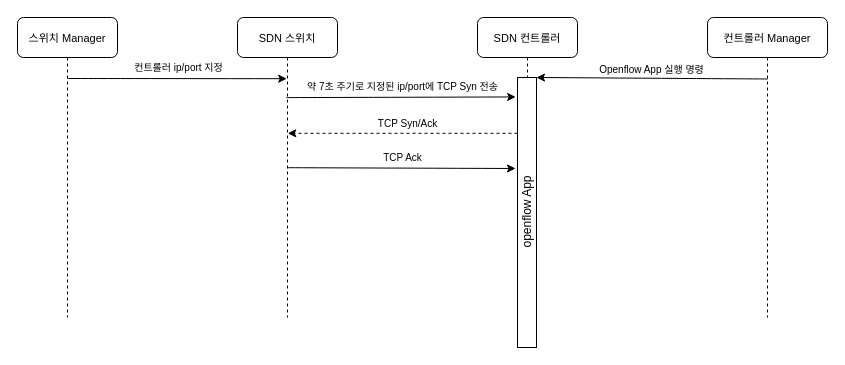
This is page "Page-1" (1 of 2) of ONOS OpenFlow initial.drawio from gameLoading/blank__-, a draw.io file, before an edit. Source tidied: cells renumbered, new cells numbered last; positions are measured from the earlier drawing's top-left corner, leaving out a move shared by most shapes. Both pictures are drawn from the tidied source at 100%, with x=0, y=0 at pixel (17, 17).
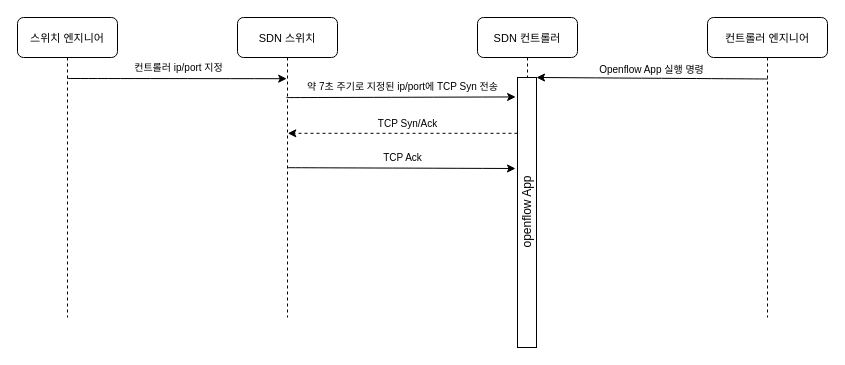
After the change.

What changed in the source:
```diff
@@
 <mxGraphModel>
   <root>
     <mxCell id="0" />
     <mxCell id="1" parent="0" />
-    <mxCell id="2" value="스위치 Manager" style="shape=umlLifeline;perimeter=lifelinePerimeter;shadow=0;strokeWidth=1;rounded=1;fontSize=11;" parent="1" vertex="1">
+    <mxCell id="2" value="스위치 엔지니어" style="shape=umlLifeline;perimeter=lifelinePerimeter;shadow=0;strokeWidth=1;rounded=1;fontSize=11;" parent="1" vertex="1">
       <mxGeometry width="100" height="300" as="geometry" />
     </mxCell>
     <mxCell id="3" value="SDN 스위치" style="shape=umlLifeline;perimeter=lifelinePerimeter;shadow=0;strokeWidth=1;rounded=1;fontSize=11;" parent="1" vertex="1">
       <mxGeometry x="220" width="100" height="300" as="geometry" />
     </mxCell>
     <mxCell id="4" value="SDN 컨트롤러" style="shape=umlLifeline;perimeter=lifelinePerimeter;shadow=0;strokeWidth=1;rounded=1;fontSize=11;" parent="1" vertex="1">
       <mxGeometry x="460" width="100" height="300" as="geometry" />
     </mxCell>
-    <mxCell id="5" value="컨트롤러 Manager" style="shape=umlLifeline;perimeter=lifelinePerimeter;shadow=0;strokeWidth=1;rounded=1;fontSize=11;" parent="1" vertex="1">
+    <mxCell id="5" value="컨트롤러 엔지니어" style="shape=umlLifeline;perimeter=lifelinePerimeter;shadow=0;strokeWidth=1;rounded=1;fontSize=11;" parent="1" vertex="1">
       <mxGeometry x="690" width="120" height="300" as="geometry" />
     </mxCell>
     <mxCell id="6" value="컨트롤러 ip/port 지정" style="endArrow=classic;html=1;entryX=0.482;entryY=0.234;entryDx=0;entryDy=0;entryPerimeter=0;shadow=0;curved=1;fontSize=10;" parent="1" edge="1">
       <mxGeometry x="0.01" y="11" relative="1" as="geometry">
         <mxPoint x="50" y="61" as="sourcePoint" />
         <mxPoint x="269.2" y="61.2" as="targetPoint" />
       </mxGeometry>
     </mxCell>
     <mxCell id="7" value="약 7초 주기로 지정된 ip/port에 TCP Syn 전송" style="endArrow=classic;html=1;curved=1;entryX=-0.097;entryY=0.072;entryDx=0;entryDy=0;entryPerimeter=0;fontSize=10;exitX=0.489;exitY=0.267;exitDx=0;exitDy=0;exitPerimeter=0;" parent="1" edge="1" source="3" target="8">
       <mxGeometry x="0.01" y="11" relative="1" as="geometry" />
     </mxCell>
     <mxCell id="8" value="openflow App" style="whiteSpace=wrap;html=1;rounded=0;glass=0;horizontal=0;align=center;arcSize=24;" parent="1" vertex="1">
       <mxGeometry x="500" y="60" width="19" height="270" as="geometry" />
     </mxCell>
     <mxCell id="9" value="Openflow App 실행 명령" style="endArrow=classic;html=1;exitX=0.502;exitY=0.205;exitDx=0;exitDy=0;exitPerimeter=0;curved=1;entryX=1;entryY=0;entryDx=0;entryDy=0;fontSize=10;" parent="1" edge="1" source="5" target="8">
       <mxGeometry y="-9" relative="1" as="geometry" />
     </mxCell>
     <mxCell id="10" value="TCP Syn/Ack" style="endArrow=classic;html=1;dashed=1;exitX=0;exitY=0.75;exitDx=0;exitDy=0;fontSize=10;" parent="1" edge="1">
       <mxGeometry x="-0.04" y="-10" relative="1" as="geometry">
         <mxPoint x="500" y="115.8" as="sourcePoint" />
         <mxPoint x="270.3" y="115.8" as="targetPoint" />
       </mxGeometry>
     </mxCell>
     <mxCell id="11" value="TCP Ack" style="endArrow=classic;html=1;curved=1;fontSize=10;" parent="1" edge="1">
       <mxGeometry x="0.01" y="11" relative="1" as="geometry">
         <mxPoint x="270" y="150.2" as="sourcePoint" />
         <mxPoint x="498" y="151" as="targetPoint" />
       </mxGeometry>
     </mxCell>
   </root>
 </mxGraphModel>
```
